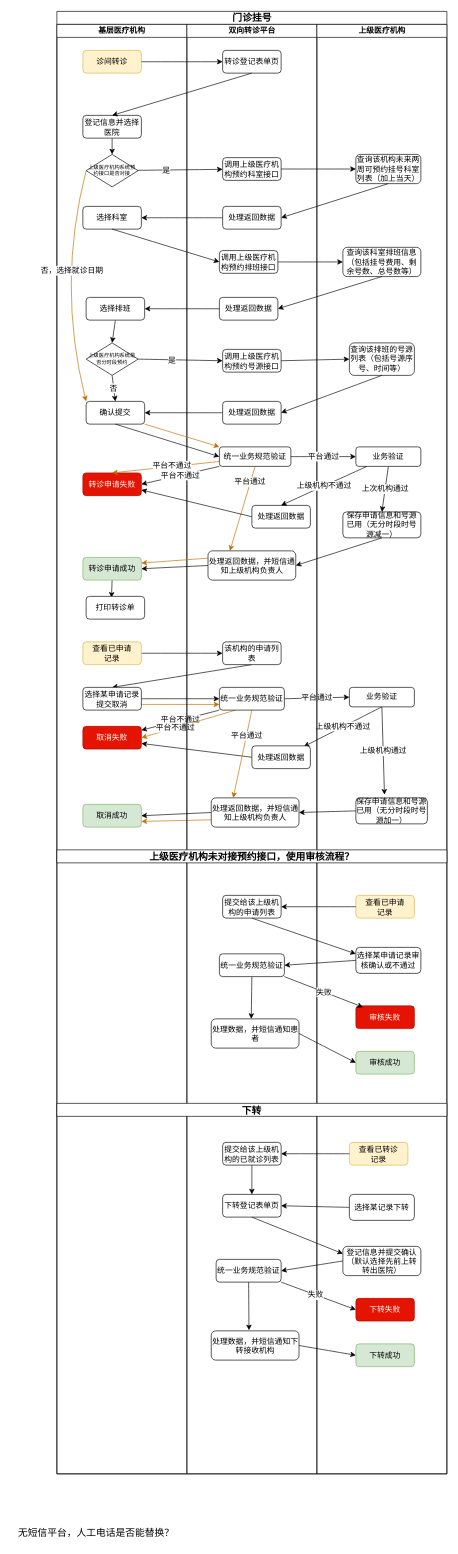
bsklqgy/zero keeps this draw.io diagram as 未命名绘图.drawio. Above is the earlier version. Source tidied: cells renumbered, new cells numbered last; positions are measured from the earlier drawing's top-left corner, leaving out a move shared by most shapes. Both pictures are drawn from the tidied source at 65%, with x=0, y=0 at pixel (11, 11).
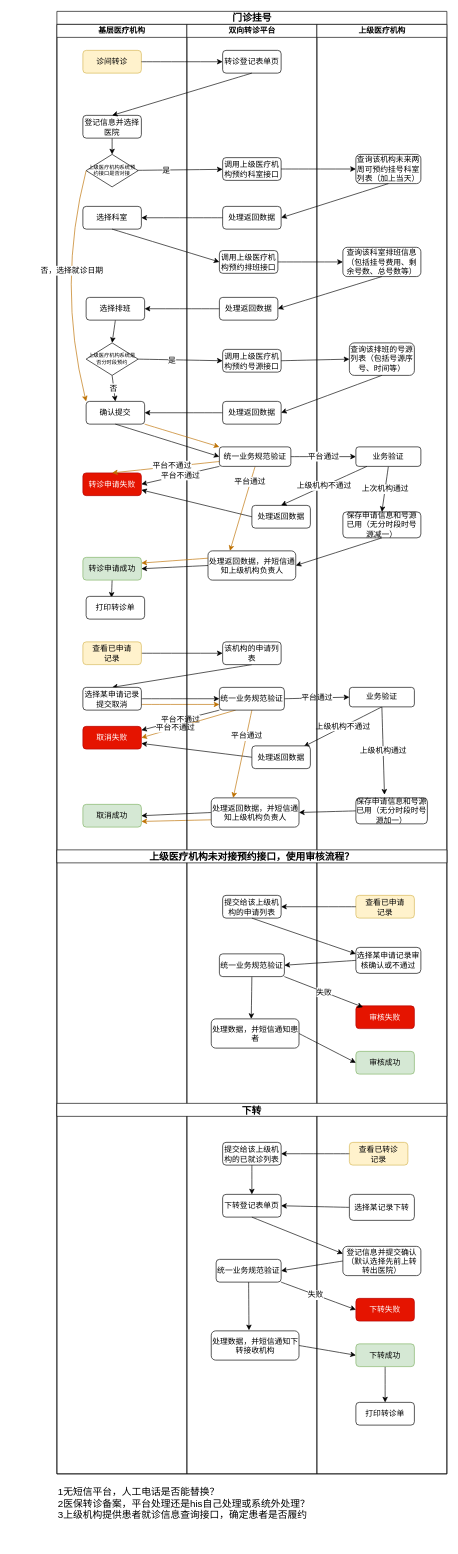
The same diagram, later.

Commit message (it also covers changes not shown here):
更新未命名绘图.drawio

Unchanged cells that the change refers to:
```xml
<mxCell id="66" value="上级医疗机构" style="swimlane;html=1;startSize=20;" parent="2" vertex="1">
  <mxGeometry x="400" y="20" width="200" height="2230" as="geometry" />
</mxCell>
<mxCell id="84" value="下转成功" style="rounded=1;whiteSpace=wrap;html=1;shadow=0;labelBackgroundColor=none;strokeWidth=1;fontFamily=Verdana;fontSize=12;align=center;fillColor=#d5e8d4;strokeColor=#82b366;" parent="66" vertex="1">
  <mxGeometry x="60" y="2030" width="90" height="35" as="geometry" />
</mxCell>
```

The edit, as a diff of the source:
```diff
@@
+    <mxCell id="127" style="edgeStyle=none;shape=connector;curved=1;rounded=1;jettySize=auto;html=1;exitX=0.5;exitY=1;exitDx=0;exitDy=0;entryX=0.5;entryY=0;entryDx=0;entryDy=0;labelBackgroundColor=default;strokeColor=default;fontFamily=Helvetica;fontSize=15;fontColor=default;endArrow=classic;" parent="66" edge="1" source="84" target="128">
+      <mxGeometry relative="1" as="geometry" />
+    </mxCell>
@@
+    <mxCell id="128" value="打印转诊单" style="rounded=1;whiteSpace=wrap;html=1;shadow=0;labelBackgroundColor=none;strokeWidth=1;fontFamily=Verdana;fontSize=12;align=center;" parent="66" vertex="1">
+      <mxGeometry x="60" y="2120" width="90" height="35" as="geometry" />
+    </mxCell>
@@
-    <mxCell id="126" value="无短信平台，人工电话是否能替换？" style="text;html=1;align=center;verticalAlign=middle;strokeColor=none;fillColor=none;fontSize=15;fontFamily=Helvetica;fontColor=default;" parent="1" vertex="1">
-      <mxGeometry y="2325" width="260" height="30" as="geometry" />
+    <mxCell id="126" value="1无短信平台，人工电话是否能替换？&lt;br&gt;&lt;div style=&quot;&quot;&gt;2医保转诊备案，平台处理还是his自己处理或系统外处理？&lt;/div&gt;&lt;div style=&quot;&quot;&gt;3上级机构提供患者就诊信息查询接口，确定患者是否履约&lt;/div&gt;" style="text;html=1;align=left;verticalAlign=middle;strokeColor=none;fillColor=none;fontSize=15;fontFamily=Helvetica;fontColor=default;" parent="1" vertex="1">
+      <mxGeometry x="70" y="2260" width="410" height="70" as="geometry" />
     </mxCell>
```
